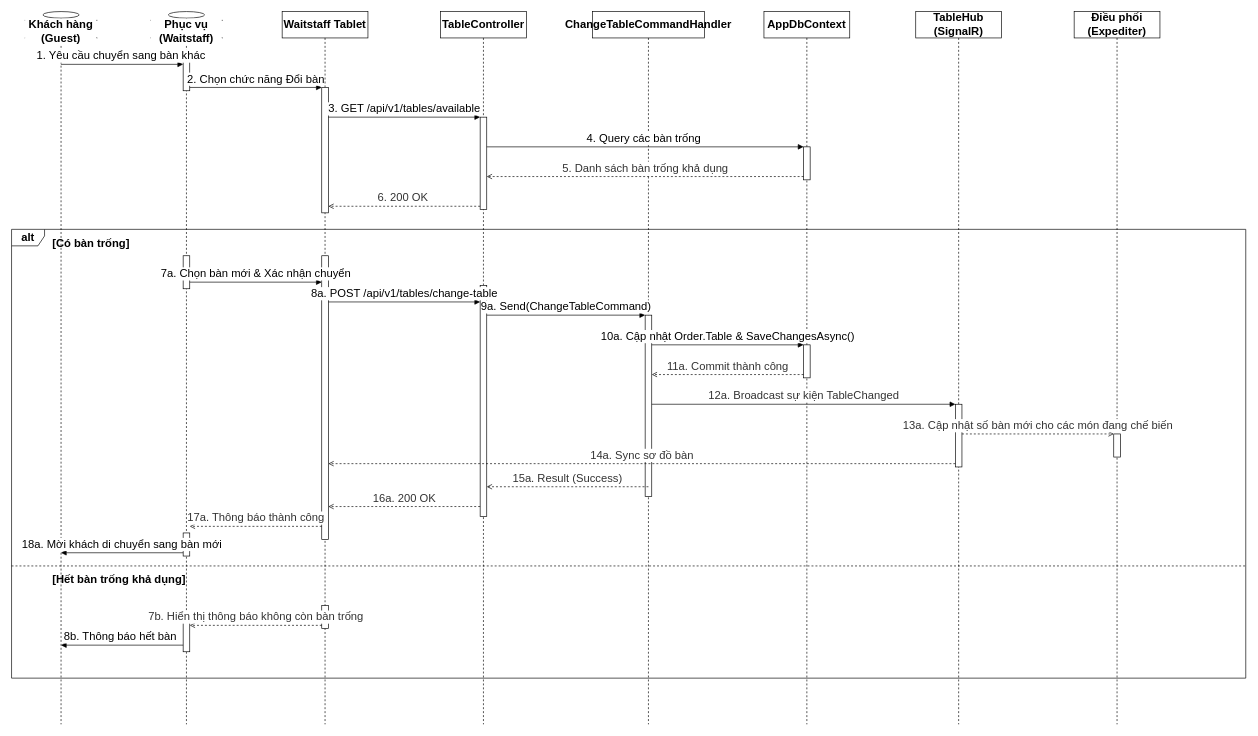
The draw.io diagram docs/phase1/drawio/sd07_change_table.drawio in AndrewQng/VinDining, before the edit. Source tidied: cells renumbered, new cells numbered last; positions are measured from the earlier drawing's top-left corner, leaving out a move shared by most shapes. Both pictures are drawn from the tidied source at 66%, with x=0, y=0 at pixel (11, 11).
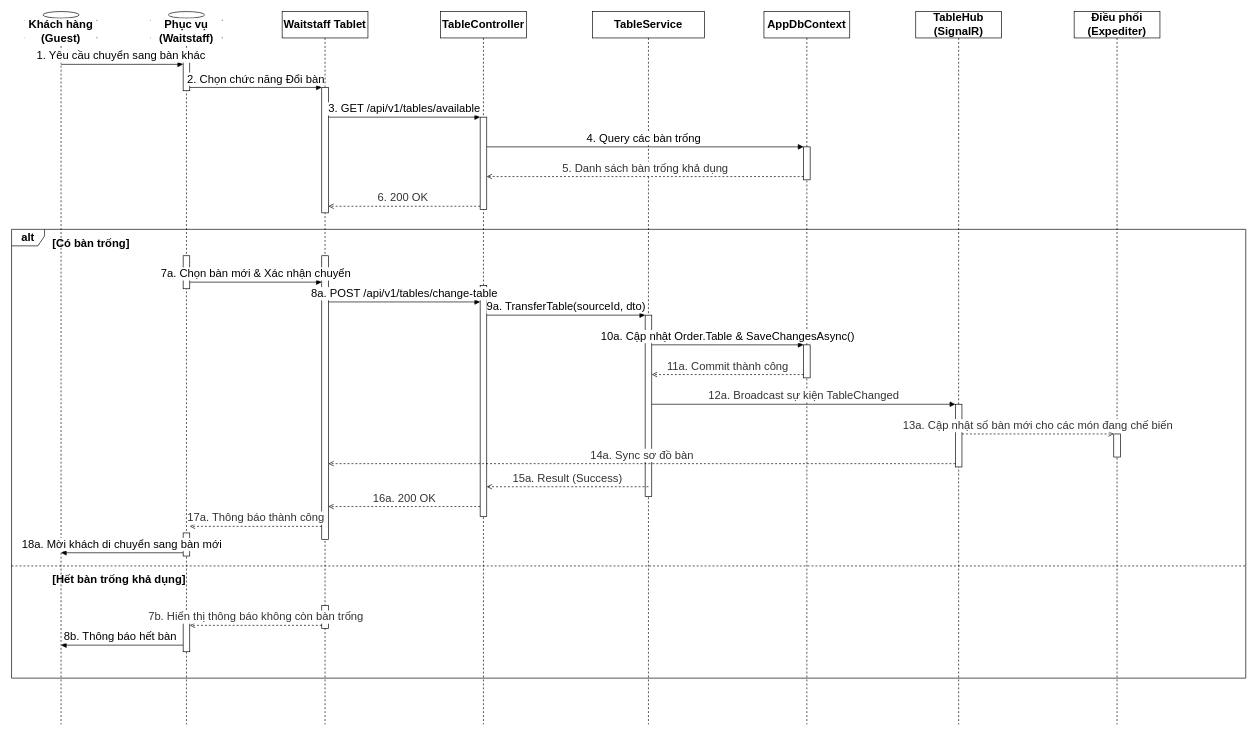
After the change.

The change refers to these unchanged cells:
```xml
<mxCell id="14" style="html=1;points=[];perimeter=orthogonalPerimeter;outlineConnect=0;fontSize=17;" parent="12" vertex="1">
  <mxGeometry x="60" y="415" width="10" height="350" as="geometry" />
</mxCell>
<mxCell id="16" style="html=1;points=[];perimeter=orthogonalPerimeter;outlineConnect=0;fontSize=17;" parent="15" vertex="1">
  <mxGeometry x="80" y="460" width="10" height="275" as="geometry" />
</mxCell>
```

Change to the diagram source:
```diff
@@
-    <mxCell id="15" value="ChangeTableCommandHandler" style="shape=umlLifeline;perimeter=lifelinePerimeter;whiteSpace=wrap;html=1;size=40;fontSize=17;fontStyle=1;" parent="1" vertex="1">
+    <mxCell id="15" value="TableService" style="shape=umlLifeline;perimeter=lifelinePerimeter;whiteSpace=wrap;html=1;size=40;fontSize=17;fontStyle=1;" parent="1" vertex="1">
       <mxGeometry x="880" width="170" height="1080" as="geometry" />
     </mxCell>
@@
-    <mxCell id="34" value="9a. Send(ChangeTableCommand)" style="html=1;verticalAlign=bottom;endArrow=block;curved=0;rounded=0;exitX=1;exitY=0.1286;entryX=0;entryY=0.0000;fontSize=17;" parent="1" edge="1" source="14" target="16">
+    <mxCell id="34" value="9a. TransferTable(sourceId, dto)" style="html=1;verticalAlign=bottom;endArrow=block;curved=0;rounded=0;exitX=1;exitY=0.1286;entryX=0;entryY=0.0000;fontSize=17;" parent="1" edge="1" source="14" target="16">
       <mxGeometry relative="1" as="geometry" />
     </mxCell>
```
